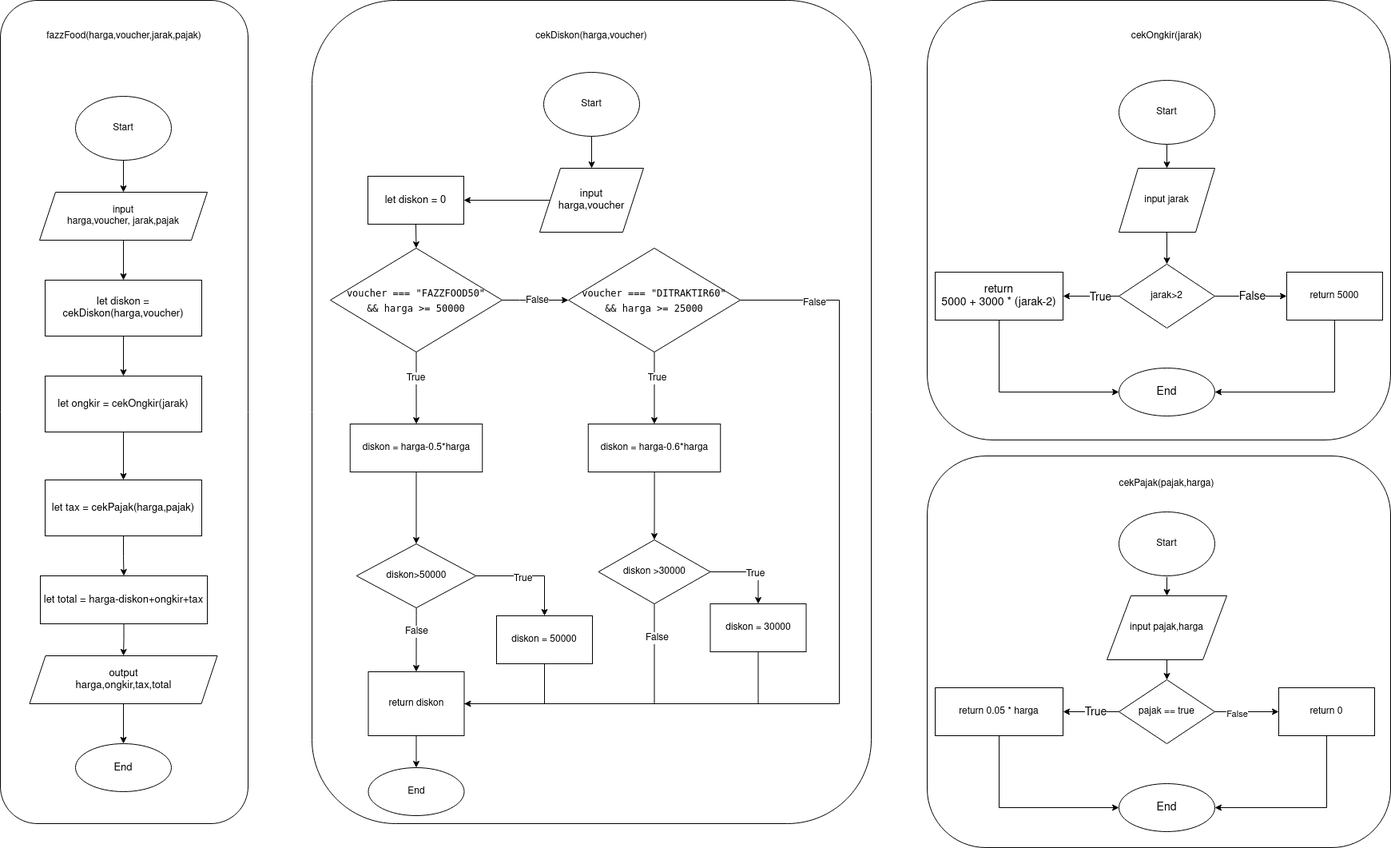
zen-jaelani/fazz-codeImplementation keeps this draw.io diagram as tugas/tugas3.png. Above is the earlier version. Source tidied: cells renumbered, new cells last; positions are measured from the earlier drawing's top-left corner, leaving out a move shared by most shapes.
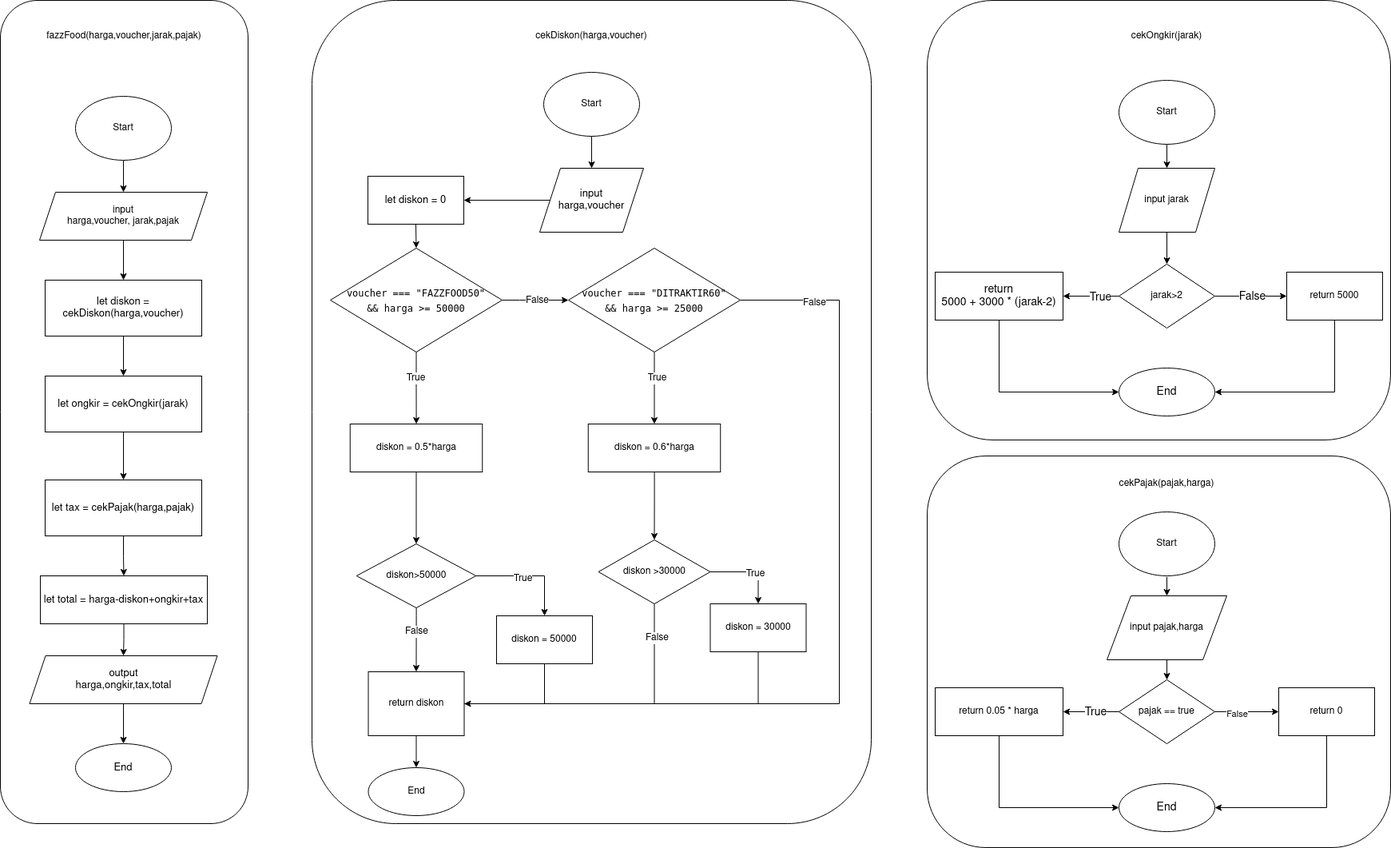
After the commit.

Change to the diagram source:
```diff
@@ -104,13 +104,13 @@
     <mxCell id="31" style="edgeStyle=orthogonalEdgeStyle;rounded=0;jettySize=auto;html=1;fontSize=12;fontColor=#000000;labelBackgroundColor=none;" parent="1" edge="1" source="32" target="39">
       <mxGeometry relative="1" as="geometry" />
     </mxCell>
-    <mxCell id="32" value="diskon = harga-0.5*harga" style="whiteSpace=wrap;html=1;fontSize=12;fontColor=#000000;labelBackgroundColor=none;" parent="1" vertex="1">
+    <mxCell id="32" value="diskon = 0.5*harga" style="whiteSpace=wrap;html=1;fontSize=12;fontColor=#000000;labelBackgroundColor=none;" parent="1" vertex="1">
       <mxGeometry x="437.8" y="530" width="165.5" height="60" as="geometry" />
     </mxCell>
     <mxCell id="33" style="edgeStyle=orthogonalEdgeStyle;rounded=0;jettySize=auto;html=1;fontSize=12;fontColor=#000000;labelBackgroundColor=none;" parent="1" edge="1" source="34" target="46">
       <mxGeometry relative="1" as="geometry" />
     </mxCell>
-    <mxCell id="34" value="diskon = harga-0.6*harga" style="whiteSpace=wrap;html=1;fontSize=12;fontColor=#000000;labelBackgroundColor=none;" parent="1" vertex="1">
+    <mxCell id="34" value="diskon = 0.6*harga" style="whiteSpace=wrap;html=1;fontSize=12;fontColor=#000000;labelBackgroundColor=none;" parent="1" vertex="1">
       <mxGeometry x="735.8" y="530" width="165.5" height="60" as="geometry" />
     </mxCell>
     <mxCell id="35" style="edgeStyle=orthogonalEdgeStyle;rounded=0;jettySize=auto;html=1;fontSize=12;entryX=0.5;entryY=0;entryDx=0;entryDy=0;fontColor=#000000;labelBackgroundColor=none;" parent="1" edge="1" source="39" target="52">
```
